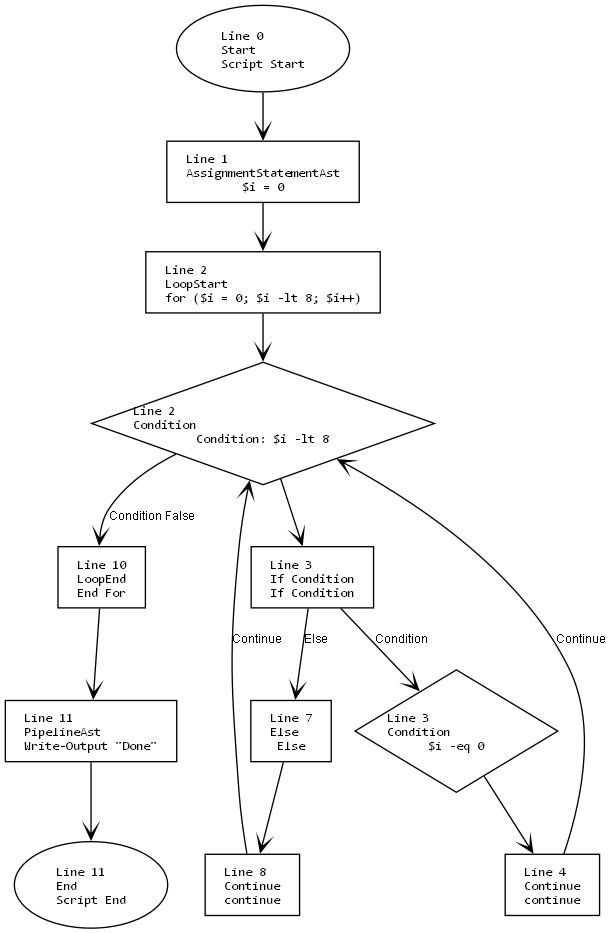
The Graphviz diagram in/in.png in mine41/deob, before a commit. Its source is kept beside it as in/in.dot.
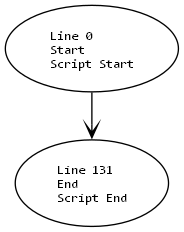
Later version of the same file.

Change to the diagram source:
```diff
@@ -11,29 +11,7 @@
     edge [fontname="Arial", arrowhead=vee, fontsize=9];
 
     1 [label="Line 0\lStart\lScript Start", shape=oval];
-    2 [label="Line 11\lEnd\lScript End", shape=oval];
-    3 [label="Line 1\lAssignmentStatementAst\l$i = 0", shape=box];
-    4 [label="Line 2\lLoopStart\lfor ($i = 0; $i -lt 8; $i++)", shape=box];
-    5 [label="Line 2\lCondition\lCondition: $i -lt 8", shape=diamond];
-    6 [label="Line 10\lLoopEnd\lEnd For", shape=box];
-    7 [label="Line 3\lIf Condition\lIf Condition", shape=box];
-    8 [label="Line 3\lCondition\l$i -eq 0", shape=diamond];
-    9 [label="Line 4\lContinue\lcontinue", shape=box];
-    10 [label="Line 7\lElse\lElse", shape=box];
-    11 [label="Line 8\lContinue\lcontinue", shape=box];
-    12 [label="Line 11\lPipelineAst\lWrite-Output \"Done\"", shape=box];
+    2 [label="Line 131\lEnd\lScript End", shape=oval];
 
-    1 -> 3;
-    3 -> 4;
-    4 -> 5;
-    5 -> 7;
-    7 -> 8 [label="Condition"];
-    8 -> 9;
-    9 -> 5 [label="Continue"];
-    7 -> 10 [label="Else"];
-    10 -> 11;
-    11 -> 5 [label="Continue"];
-    5 -> 6 [label="Condition False"];
-    6 -> 12;
-    12 -> 2;
+    1 -> 2;
 }
```
